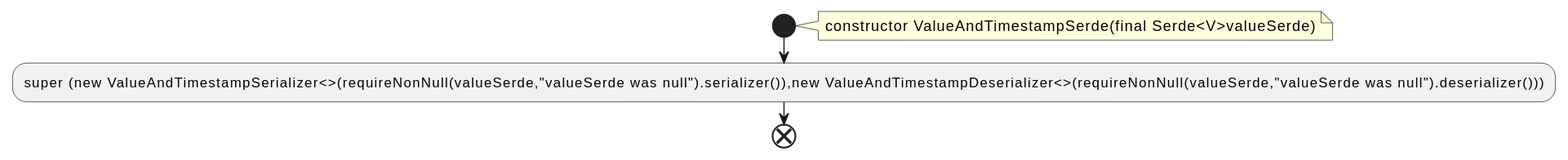
Before: docs/qc/streams/src/main/java/org/apache/kafka/streams/state/internals/ValueAndTimestampSerde.java.fct.svg, a diagram exported from PlantUML (qualitesys/kafka).
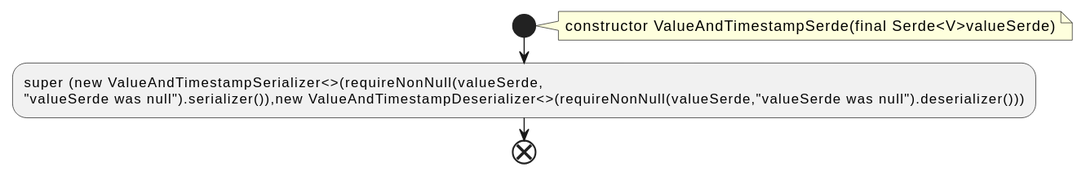
The same file after the commit.

What changed in the source:
```diff
@@ -4,6 +4,7 @@
 note right
 constructor ValueAndTimestampSerde(final Serde<V>valueSerde)
 end note
-:super (new ValueAndTimestampSerializer<>(requireNonNull(valueSerde,"valueSerde was null").serializer()),new ValueAndTimestampDeserializer<>(requireNonNull(valueSerde,"valueSerde was null").deserializer()));
+:super (new ValueAndTimestampSerializer<>(requireNonNull(valueSerde,
+"valueSerde was null").serializer()),new ValueAndTimestampDeserializer<>(requireNonNull(valueSerde,"valueSerde was null").deserializer()));
 end
 @enduml
```
